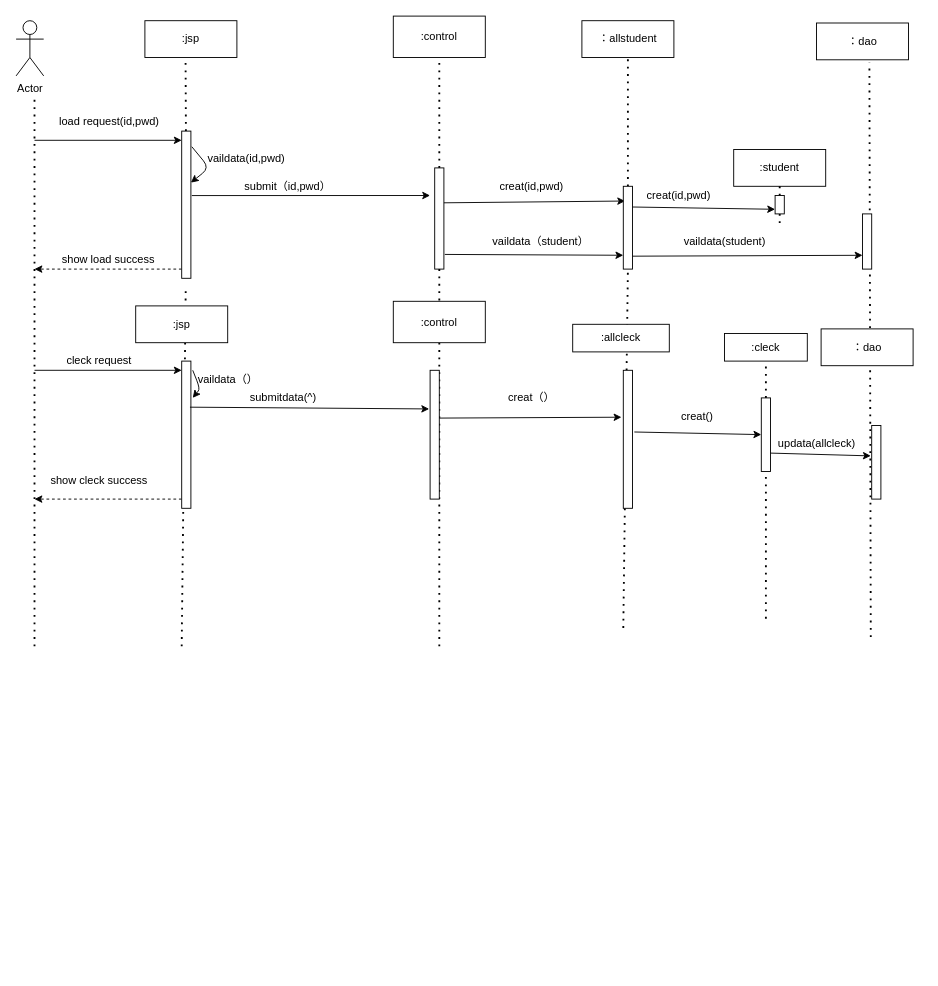
Above: 顺序图.drawio in a26680533/idcardgenerator (draw.io), before the change. Source tidied: cells renumbered, new cells numbered last; positions are measured from the earlier drawing's top-left corner, leaving out a move shared by most shapes. Both pictures are drawn from the tidied source at 92%, with x=0, y=0 at pixel (16, 16).
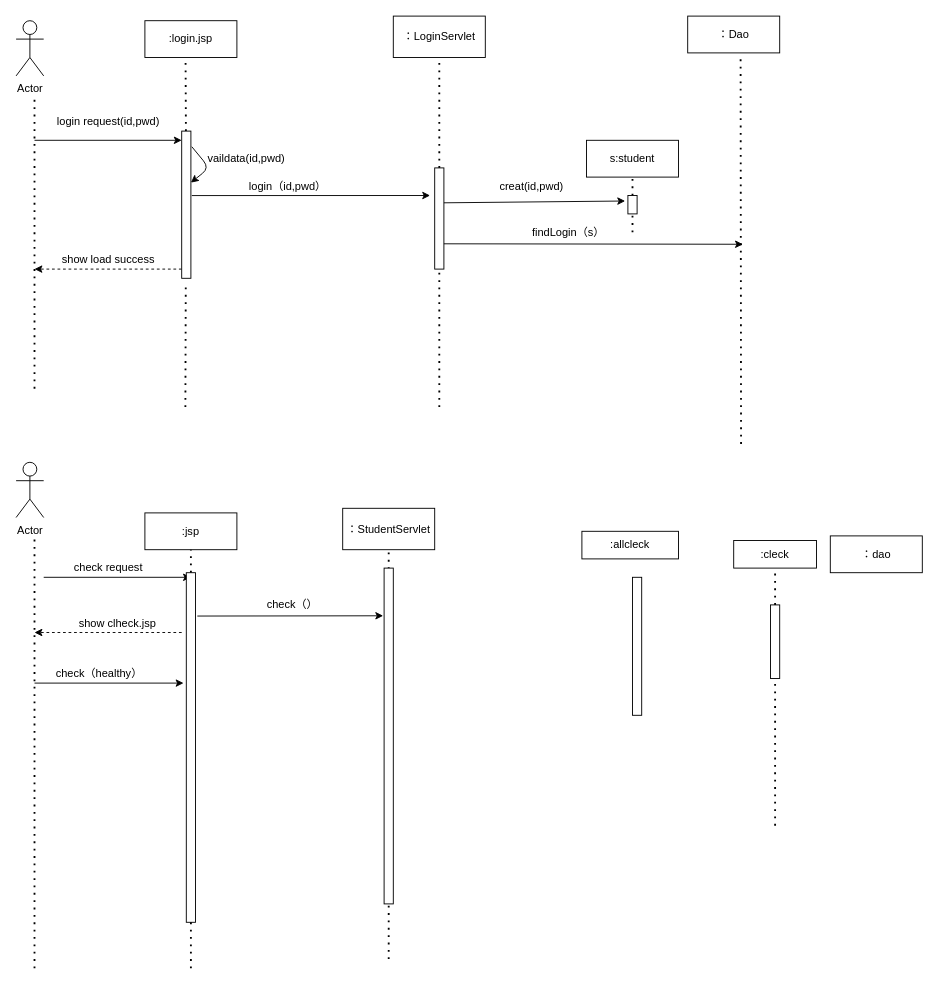
The same page after the edit.

Commit message:
更新顺序图.drawio

The change refers to these unchanged cells:
```xml
<mxCell id="23" style="rounded=0;whiteSpace=wrap;html=1;" parent="1" vertex="1">
  <mxGeometry x="180" y="125" width="10" height="160" as="geometry" />
</mxCell>
<mxCell id="25" style="rounded=0;whiteSpace=wrap;html=1;" parent="1" vertex="1">
  <mxGeometry x="455" y="165" width="10" height="110" as="geometry" />
</mxCell>
```

What changed in the source:
```diff
@@
-    <mxCell id="3" value=":jsp" style="rounded=0;whiteSpace=wrap;html=1;" parent="1" vertex="1">
+    <mxCell id="3" value=":login.jsp" style="rounded=0;whiteSpace=wrap;html=1;" parent="1" vertex="1">
       <mxGeometry x="140" y="5" width="100" height="40" as="geometry" />
     </mxCell>
-    <mxCell id="4" value=":control" style="rounded=0;whiteSpace=wrap;html=1;" parent="1" vertex="1">
+    <mxCell id="4" value="：LoginServlet" style="rounded=0;whiteSpace=wrap;html=1;" parent="1" vertex="1">
       <mxGeometry x="410" width="100" height="45" as="geometry" />
     </mxCell>
-    <mxCell id="5" value="：allstudent" style="rounded=0;whiteSpace=wrap;html=1;" parent="1" vertex="1">
-      <mxGeometry x="615" y="5" width="100" height="40" as="geometry" />
-    </mxCell>
-    <mxCell id="6" value="：dao" style="rounded=0;whiteSpace=wrap;html=1;" parent="1" vertex="1">
-      <mxGeometry x="870" y="7.5" width="100" height="40" as="geometry" />
+    <mxCell id="6" value="：Dao" style="rounded=0;whiteSpace=wrap;html=1;" parent="1" vertex="1">
+      <mxGeometry x="730" width="100" height="40" as="geometry" />
     </mxCell>
     <mxCell id="7" style="endArrow=none;dashed=1;html=1;dashPattern=1 3;strokeWidth=2;" parent="1" edge="1">
       <mxGeometry relative="1" as="geometry">
-        <mxPoint x="20" y="685" as="sourcePoint" />
+        <mxPoint x="20" y="405" as="sourcePoint" />
         <mxPoint x="20" y="85" as="targetPoint" />
       </mxGeometry>
     </mxCell>
@@
-    <mxCell id="10" style="endArrow=none;dashed=1;html=1;dashPattern=1 3;strokeWidth=2;entryX=0.5;entryY=1;entryDx=0;entryDy=0;" parent="1" edge="1" source="27" target="5">
-      <mxGeometry relative="1" as="geometry" />
-    </mxCell>
     <mxCell id="11" style="endArrow=none;dashed=1;html=1;dashPattern=1 3;strokeWidth=2;entryX=0.575;entryY=1.083;entryDx=0;entryDy=0;entryPerimeter=0;" parent="1" edge="1" target="6">
       <mxGeometry relative="1" as="geometry">
-        <mxPoint x="929" y="675" as="sourcePoint" />
+        <mxPoint x="788" y="465" as="sourcePoint" />
       </mxGeometry>
     </mxCell>
@@
-    <mxCell id="13" value="load request(id,pwd)" style="text;html=1;align=center;verticalAlign=middle;" parent="1" vertex="1">
-      <mxGeometry x="41" y="105" width="120" height="20" as="geometry" />
+    <mxCell id="13" value="login request(id,pwd)" style="text;html=1;align=center;verticalAlign=middle;" parent="1" vertex="1">
+      <mxGeometry x="35" y="105" width="130" height="20" as="geometry" />
     </mxCell>
@@
-    <mxCell id="15" style="endArrow=classic;html=1;exitX=0.9;exitY=0.345;exitDx=0;exitDy=0;exitPerimeter=0;entryX=0.2;entryY=0.178;entryDx=0;entryDy=0;entryPerimeter=0;" parent="1" edge="1" source="25" target="27">
-      <mxGeometry relative="1" as="geometry" />
+    <mxCell id="15" style="endArrow=classic;html=1;exitX=0.9;exitY=0.345;exitDx=0;exitDy=0;exitPerimeter=0;entryX=0.2;entryY=0.178;entryDx=0;entryDy=0;entryPerimeter=0;" parent="1" edge="1" source="25">
+      <mxGeometry relative="1" as="geometry">
+        <mxPoint x="662" y="201" as="targetPoint" />
+      </mxGeometry>
     </mxCell>
@@
     <mxCell id="19" style="endArrow=classic;html=1;" parent="1" edge="1">
       <mxGeometry relative="1" as="geometry">
-        <mxPoint x="20" y="385" as="sourcePoint" />
-        <mxPoint x="180" y="385" as="targetPoint" />
+        <mxPoint x="30" y="610" as="sourcePoint" />
+        <mxPoint x="190" y="610" as="targetPoint" />
       </mxGeometry>
     </mxCell>
-    <mxCell id="20" value="cleck request" style="text;html=1;align=center;verticalAlign=middle;" parent="1" vertex="1">
-      <mxGeometry x="45" y="365" width="90" height="20" as="geometry" />
+    <mxCell id="20" value="check request" style="text;html=1;align=center;verticalAlign=middle;" parent="1" vertex="1">
+      <mxGeometry x="55" y="590" width="90" height="20" as="geometry" />
     </mxCell>
     <mxCell id="21" style="endArrow=classic;html=1;dashed=1;" parent="1" edge="1">
       <mxGeometry relative="1" as="geometry">
-        <mxPoint x="180" y="525" as="sourcePoint" />
-        <mxPoint x="20" y="525" as="targetPoint" />
+        <mxPoint x="180" y="670" as="sourcePoint" />
+        <mxPoint x="20" y="670" as="targetPoint" />
       </mxGeometry>
     </mxCell>
-    <mxCell id="22" value="show cleck success" style="text;html=1;align=center;verticalAlign=middle;" parent="1" vertex="1">
-      <mxGeometry x="30" y="495" width="120" height="20" as="geometry" />
+    <mxCell id="22" value="show clheck.jsp" style="text;html=1;align=center;verticalAlign=middle;" parent="1" vertex="1">
+      <mxGeometry x="60" y="650" width="100" height="20" as="geometry" />
     </mxCell>
@@
     <mxCell id="24" style="endArrow=none;dashed=1;html=1;dashPattern=1 3;strokeWidth=2;entryX=0.442;entryY=1.05;entryDx=0;entryDy=0;entryPerimeter=0;" parent="1" edge="1" target="23">
       <mxGeometry relative="1" as="geometry">
-        <mxPoint x="180" y="685" as="sourcePoint" />
+        <mxPoint x="184" y="425" as="sourcePoint" />
       </mxGeometry>
     </mxCell>
@@
     <mxCell id="26" style="endArrow=none;dashed=1;html=1;dashPattern=1 3;strokeWidth=2;entryX=0.5;entryY=1;entryDx=0;entryDy=0;" parent="1" edge="1" target="25">
       <mxGeometry relative="1" as="geometry">
-        <mxPoint x="460" y="685" as="sourcePoint" />
+        <mxPoint x="460" y="425" as="sourcePoint" />
       </mxGeometry>
     </mxCell>
-    <mxCell id="27" style="rounded=0;whiteSpace=wrap;html=1;" parent="1" vertex="1">
-      <mxGeometry x="660" y="185" width="10" height="90" as="geometry" />
-    </mxCell>
-    <mxCell id="28" style="endArrow=none;dashed=1;html=1;dashPattern=1 3;strokeWidth=2;entryX=0.5;entryY=1;entryDx=0;entryDy=0;" parent="1" edge="1" target="27">
-      <mxGeometry relative="1" as="geometry">
-        <mxPoint x="660" y="665" as="sourcePoint" />
-      </mxGeometry>
-    </mxCell>
-    <mxCell id="29" style="rounded=0;whiteSpace=wrap;html=1;" parent="1" vertex="1">
-      <mxGeometry x="180" y="375" width="10" height="160" as="geometry" />
-    </mxCell>
     <mxCell id="30" style="rounded=0;whiteSpace=wrap;html=1;" parent="1" vertex="1">
-      <mxGeometry x="660" y="385" width="10" height="150" as="geometry" />
+      <mxGeometry x="670" y="610" width="10" height="150" as="geometry" />
     </mxCell>
-    <mxCell id="31" style="rounded=0;whiteSpace=wrap;html=1;" parent="1" vertex="1">
-      <mxGeometry x="930" y="445" width="10" height="80" as="geometry" />
-    </mxCell>
@@
-    <mxCell id="33" value="vaildata（student）" style="text;html=1;align=center;verticalAlign=middle;" parent="1" vertex="1">
-      <mxGeometry x="510" y="235" width="120" height="20" as="geometry" />
-    </mxCell>
-    <mxCell id="34" style="rounded=0;whiteSpace=wrap;html=1;" parent="1" vertex="1">
-      <mxGeometry x="920" y="215" width="10" height="60" as="geometry" />
-    </mxCell>
-    <mxCell id="35" style="rounded=0;whiteSpace=wrap;html=1;" parent="1" vertex="1">
-      <mxGeometry x="450" y="385" width="10" height="140" as="geometry" />
-    </mxCell>
-    <mxCell id="36" value="vaildata（）" style="text;html=1;align=center;verticalAlign=middle;" parent="1" vertex="1">
-      <mxGeometry x="190" y="385" width="80" height="20" as="geometry" />
-    </mxCell>
-    <mxCell id="37" style="endArrow=classic;html=1;exitX=1;exitY=0.371;exitDx=0;exitDy=0;exitPerimeter=0;entryX=-0.2;entryY=0.34;entryDx=0;entryDy=0;entryPerimeter=0;" parent="1" edge="1" source="35" target="30">
-      <mxGeometry relative="1" as="geometry" />
-    </mxCell>
-    <mxCell id="38" value="creat（）" style="text;html=1;align=center;verticalAlign=middle;" parent="1" vertex="1">
-      <mxGeometry x="525" y="405" width="70" height="20" as="geometry" />
-    </mxCell>
@@
-    <mxCell id="40" value="submit（id,pwd）" style="text;html=1;align=center;verticalAlign=middle;" parent="1" vertex="1">
-      <mxGeometry x="240" y="175" width="110" height="20" as="geometry" />
+    <mxCell id="40" value="login（id,pwd）" style="text;html=1;align=center;verticalAlign=middle;" parent="1" vertex="1">
+      <mxGeometry x="245" y="175" width="100" height="20" as="geometry" />
     </mxCell>
-    <mxCell id="41" value=":student" style="rounded=0;whiteSpace=wrap;html=1;" parent="1" vertex="1">
-      <mxGeometry x="780" y="145" width="100" height="40" as="geometry" />
+    <mxCell id="41" value="s:student" style="rounded=0;whiteSpace=wrap;html=1;" parent="1" vertex="1">
+      <mxGeometry x="620" y="135" width="100" height="40" as="geometry" />
     </mxCell>
-    <mxCell id="42" style="endArrow=classic;html=1;exitX=1;exitY=0.25;exitDx=0;exitDy=0;entryX=0;entryY=0.75;entryDx=0;entryDy=0;" parent="1" edge="1" source="27" target="45">
-      <mxGeometry relative="1" as="geometry" />
-    </mxCell>
-    <mxCell id="43" value="creat(id,pwd)" style="text;html=1;align=center;verticalAlign=middle;" parent="1" vertex="1">
-      <mxGeometry x="680" y="185" width="80" height="20" as="geometry" />
-    </mxCell>
@@
     <mxCell id="45" style="rounded=0;whiteSpace=wrap;html=1;" parent="1" vertex="1">
-      <mxGeometry x="825" y="195" width="10" height="20" as="geometry" />
+      <mxGeometry x="665" y="195" width="10" height="20" as="geometry" />
     </mxCell>
     <mxCell id="46" style="endArrow=none;dashed=1;html=1;dashPattern=1 3;strokeWidth=2;entryX=0.5;entryY=1;entryDx=0;entryDy=0;" parent="1" edge="1" target="45">
       <mxGeometry relative="1" as="geometry">
-        <mxPoint x="830" y="225" as="sourcePoint" />
+        <mxPoint x="670" y="235" as="sourcePoint" />
       </mxGeometry>
     </mxCell>
-    <mxCell id="47" style="endArrow=classic;html=1;exitX=1.1;exitY=0.855;exitDx=0;exitDy=0;exitPerimeter=0;entryX=0;entryY=0.833;entryDx=0;entryDy=0;entryPerimeter=0;" parent="1" edge="1" source="25" target="27">
-      <mxGeometry relative="1" as="geometry" />
-    </mxCell>
-    <mxCell id="48" style="endArrow=classic;html=1;exitX=1;exitY=0.844;exitDx=0;exitDy=0;exitPerimeter=0;entryX=0;entryY=0.75;entryDx=0;entryDy=0;" parent="1" edge="1" source="27" target="34">
-      <mxGeometry relative="1" as="geometry" />
-    </mxCell>
-    <mxCell id="49" value="vaildata(student)" style="text;html=1;align=center;verticalAlign=middle;" parent="1" vertex="1">
-      <mxGeometry x="720" y="235" width="100" height="20" as="geometry" />
-    </mxCell>
-    <mxCell id="50" style="endArrow=classic;html=1;" parent="1" edge="1">
-      <mxGeometry relative="1" as="geometry">
-        <mxPoint x="192" y="385" as="sourcePoint" />
-        <mxPoint x="192" y="415" as="targetPoint" />
-        <Array as="points">
-          <mxPoint x="200" y="405" />
-        </Array>
-      </mxGeometry>
-    </mxCell>
-    <mxCell id="51" style="endArrow=classic;html=1;exitX=0.9;exitY=0.313;exitDx=0;exitDy=0;exitPerimeter=0;entryX=-0.1;entryY=0.3;entryDx=0;entryDy=0;entryPerimeter=0;" parent="1" edge="1" source="29" target="35">
+    <mxCell id="51" style="endArrow=classic;html=1;exitX=1.2;exitY=0.124;exitDx=0;exitDy=0;exitPerimeter=0;entryX=-0.1;entryY=0.142;entryDx=0;entryDy=0;entryPerimeter=0;" parent="1" edge="1" source="29" target="72">
       <mxGeometry relative="1" as="geometry" />
     </mxCell>
-    <mxCell id="52" value="submitdata(^)" style="text;html=1;align=center;verticalAlign=middle;" parent="1" vertex="1">
-      <mxGeometry x="245" y="405" width="90" height="20" as="geometry" />
+    <mxCell id="52" value="check（）" style="text;html=1;align=center;verticalAlign=middle;" parent="1" vertex="1">
+      <mxGeometry x="265" y="630" width="70" height="20" as="geometry" />
     </mxCell>
     <mxCell id="53" value=":allcleck" style="rounded=0;whiteSpace=wrap;html=1;" parent="1" vertex="1">
-      <mxGeometry x="605" y="335" width="105" height="30" as="geometry" />
+      <mxGeometry x="615" y="560" width="105" height="30" as="geometry" />
     </mxCell>
     <mxCell id="54" value=":cleck" style="rounded=0;whiteSpace=wrap;html=1;" parent="1" vertex="1">
-      <mxGeometry x="770" y="345" width="90" height="30" as="geometry" />
+      <mxGeometry x="780" y="570" width="90" height="30" as="geometry" />
     </mxCell>
-    <mxCell id="55" style="endArrow=classic;html=1;exitX=1.2;exitY=0.447;exitDx=0;exitDy=0;exitPerimeter=0;" parent="1" edge="1" source="30" target="57">
-      <mxGeometry relative="1" as="geometry" />
-    </mxCell>
@@
     <mxCell id="57" style="rounded=0;whiteSpace=wrap;html=1;" parent="1" vertex="1">
-      <mxGeometry x="810" y="415" width="10" height="80" as="geometry" />
+      <mxGeometry x="820" y="640" width="10" height="80" as="geometry" />
     </mxCell>
     <mxCell id="58" style="endArrow=none;dashed=1;html=1;dashPattern=1 3;strokeWidth=2;entryX=0.5;entryY=1;entryDx=0;entryDy=0;" parent="1" edge="1" target="57">
       <mxGeometry relative="1" as="geometry">
-        <mxPoint x="815" y="655" as="sourcePoint" />
+        <mxPoint x="825" y="880" as="sourcePoint" />
       </mxGeometry>
     </mxCell>
-    <mxCell id="59" value="creat()" style="text;html=1;align=center;verticalAlign=middle;" parent="1" vertex="1">
-      <mxGeometry x="715" y="425" width="50" height="20" as="geometry" />
-    </mxCell>
     <mxCell id="60" value=":jsp" style="rounded=0;whiteSpace=wrap;html=1;" parent="1" vertex="1">
-      <mxGeometry x="130" y="315" width="100" height="40" as="geometry" />
+      <mxGeometry x="140" y="540" width="100" height="40" as="geometry" />
     </mxCell>
-    <mxCell id="61" value=":control" style="rounded=0;whiteSpace=wrap;html=1;" parent="1" vertex="1">
-      <mxGeometry x="410" y="310" width="100" height="45" as="geometry" />
+    <mxCell id="61" value="：StudentServlet" style="rounded=0;whiteSpace=wrap;html=1;" parent="1" vertex="1">
+      <mxGeometry x="355" y="535" width="100" height="45" as="geometry" />
     </mxCell>
     <mxCell id="62" value="：dao" style="rounded=0;whiteSpace=wrap;html=1;" parent="1" vertex="1">
-      <mxGeometry x="875" y="340" width="100" height="40" as="geometry" />
+      <mxGeometry x="885" y="565" width="100" height="40" as="geometry" />
     </mxCell>
-    <mxCell id="63" style="endArrow=classic;html=1;exitX=1;exitY=0.75;exitDx=0;exitDy=0;entryX=-0.1;entryY=0.413;entryDx=0;entryDy=0;entryPerimeter=0;" parent="1" edge="1" source="57" target="31">
-      <mxGeometry relative="1" as="geometry" />
-    </mxCell>
-    <mxCell id="64" value="updata(allcleck)" style="text;html=1;align=center;verticalAlign=middle;" parent="1" vertex="1">
-      <mxGeometry x="820" y="455" width="100" height="20" as="geometry" />
-    </mxCell>
+    <mxCell id="65" style="endArrow=classic;html=1;exitX=1;exitY=0.75;exitDx=0;exitDy=0;" parent="1" edge="1" source="25">
+      <mxGeometry relative="1" as="geometry">
+        <mxPoint x="790" y="248" as="targetPoint" />
+      </mxGeometry>
+    </mxCell>
+    <mxCell id="66" value="findLogin（s）" style="text;html=1;align=center;verticalAlign=middle;" parent="1" vertex="1">
+      <mxGeometry x="555" y="225" width="90" height="20" as="geometry" />
+    </mxCell>
+    <mxCell id="67" value="Actor" style="shape=umlActor;verticalLabelPosition=bottom;verticalAlign=top;html=1;" parent="1" vertex="1">
+      <mxGeometry y="485" width="30" height="60" as="geometry" />
+    </mxCell>
+    <mxCell id="68" style="endArrow=none;dashed=1;html=1;dashPattern=1 3;strokeWidth=2;" parent="1" edge="1">
+      <mxGeometry relative="1" as="geometry">
+        <mxPoint x="20" y="1035" as="sourcePoint" />
+        <mxPoint x="20" y="565" as="targetPoint" />
+      </mxGeometry>
+    </mxCell>
+    <mxCell id="69" style="endArrow=none;dashed=1;html=1;dashPattern=1 3;strokeWidth=2;entryX=0.5;entryY=1;entryDx=0;entryDy=0;" parent="1" edge="1" source="29" target="60">
+      <mxGeometry relative="1" as="geometry" />
+    </mxCell>
+    <mxCell id="29" style="rounded=0;whiteSpace=wrap;html=1;" parent="1" vertex="1">
+      <mxGeometry x="185" y="605" width="10" height="380" as="geometry" />
+    </mxCell>
+    <mxCell id="70" style="endArrow=none;dashed=1;html=1;dashPattern=1 3;strokeWidth=2;entryX=0.5;entryY=1;entryDx=0;entryDy=0;" parent="1" edge="1" target="29">
+      <mxGeometry relative="1" as="geometry">
+        <mxPoint x="190" y="1035" as="sourcePoint" />
+      </mxGeometry>
+    </mxCell>
+    <mxCell id="71" style="endArrow=none;dashed=1;html=1;dashPattern=1 3;strokeWidth=2;entryX=0.5;entryY=1;entryDx=0;entryDy=0;" parent="1" edge="1" target="61">
+      <mxGeometry relative="1" as="geometry">
+        <mxPoint x="405" y="1025" as="sourcePoint" />
+      </mxGeometry>
+    </mxCell>
+    <mxCell id="72" style="rounded=0;whiteSpace=wrap;html=1;" parent="1" vertex="1">
+      <mxGeometry x="400" y="600" width="10" height="365" as="geometry" />
+    </mxCell>
+    <mxCell id="73" style="endArrow=classic;html=1;" parent="1" edge="1">
+      <mxGeometry relative="1" as="geometry">
+        <mxPoint x="20" y="725" as="sourcePoint" />
+        <mxPoint x="182" y="725" as="targetPoint" />
+      </mxGeometry>
+    </mxCell>
+    <mxCell id="74" value="check（healthy）" style="text;html=1;align=center;verticalAlign=middle;" parent="1" vertex="1">
+      <mxGeometry x="35" y="705" width="110" height="20" as="geometry" />
+    </mxCell>
```
